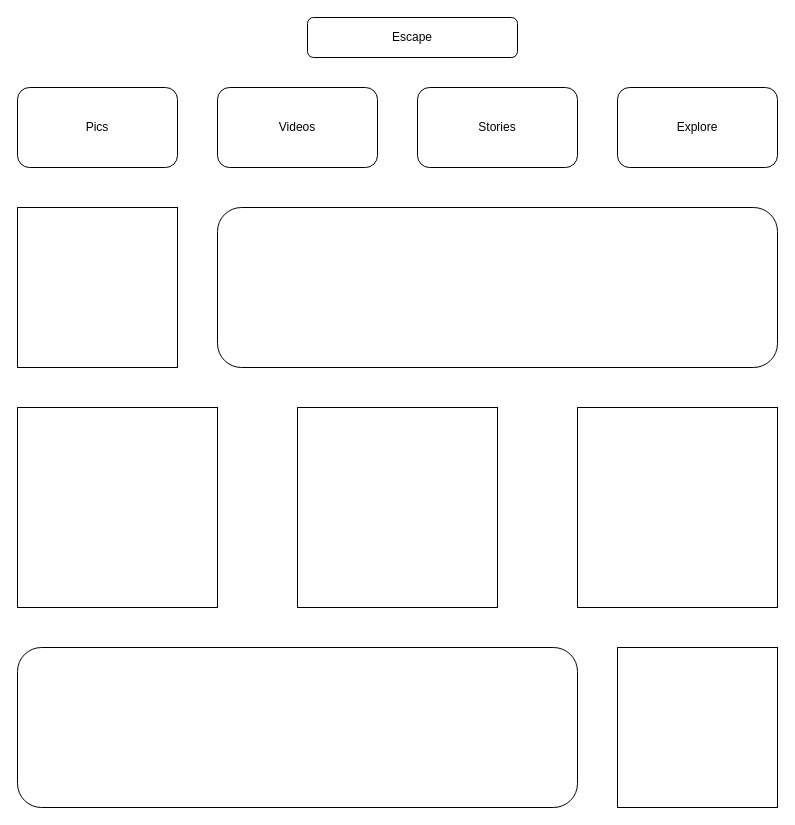
Before: page "Home Page" (1 of 3) of Escape.drawio in avinashbasutkar/test, a draw.io diagram. Source tidied: cells renumbered, new cells numbered last; positions are measured from the earlier drawing's top-left corner, leaving out a move shared by most shapes. Both pictures are drawn from the tidied source at 100%, with x=0, y=0 at pixel (17, 17).
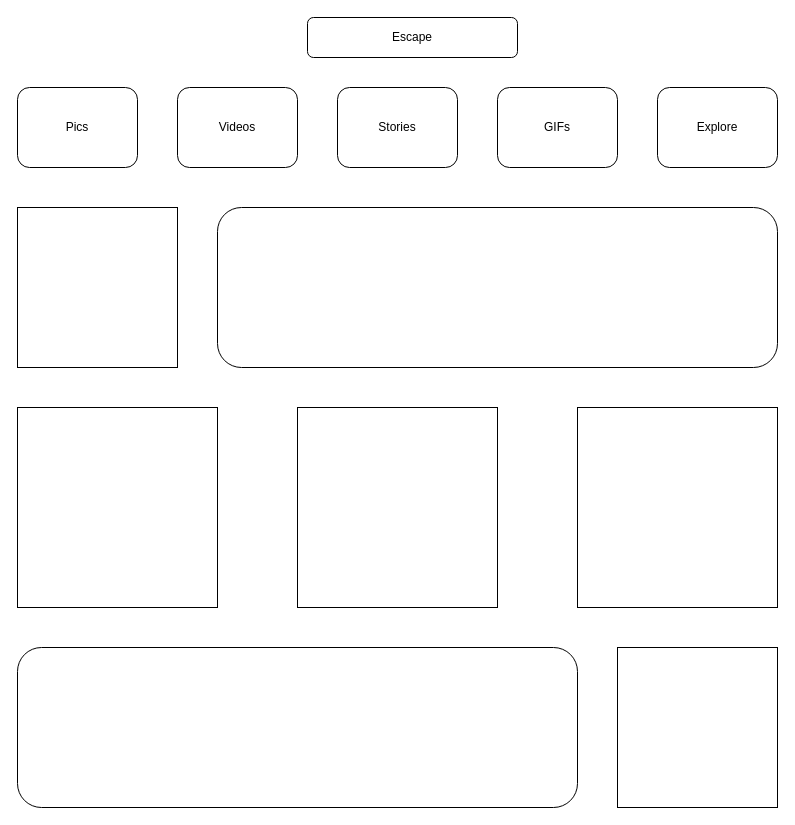
After the change.

The edit, as a diff of the source:
```diff
@@
     <mxCell id="4" style="rounded=1;whiteSpace=wrap;html=1;" parent="1" vertex="1">
-      <mxGeometry y="70" width="160" height="80" as="geometry" />
+      <mxGeometry y="70" width="120" height="80" as="geometry" />
     </mxCell>
     <mxCell id="5" style="rounded=1;whiteSpace=wrap;html=1;" parent="1" vertex="1">
-      <mxGeometry x="200" y="70" width="160" height="80" as="geometry" />
+      <mxGeometry x="160" y="70" width="120" height="80" as="geometry" />
     </mxCell>
-    <mxCell id="6" style="edgeStyle=orthogonalEdgeStyle;rounded=0;jettySize=auto;html=1;exitX=0.5;exitY=0;exitDx=0;exitDy=0;" parent="1" edge="1" source="8">
-      <mxGeometry relative="1" as="geometry">
-        <mxPoint x="480" y="70" as="targetPoint" />
-      </mxGeometry>
-    </mxCell>
-    <mxCell id="7" style="edgeStyle=orthogonalEdgeStyle;rounded=0;jettySize=auto;html=1;exitX=0.5;exitY=1;exitDx=0;exitDy=0;" parent="1" edge="1" source="8">
-      <mxGeometry relative="1" as="geometry">
-        <mxPoint x="480" y="150" as="targetPoint" />
-      </mxGeometry>
-    </mxCell>
     <mxCell id="8" style="rounded=1;whiteSpace=wrap;html=1;" parent="1" vertex="1">
-      <mxGeometry x="400" y="70" width="160" height="80" as="geometry" />
+      <mxGeometry x="320" y="70" width="120" height="80" as="geometry" />
     </mxCell>
     <mxCell id="9" value="Pics" style="text;html=1;strokeColor=none;fillColor=none;align=center;verticalAlign=middle;whiteSpace=wrap;rounded=0;" parent="1" vertex="1">
-      <mxGeometry x="60" y="100" width="40" height="20" as="geometry" />
+      <mxGeometry x="40" y="100" width="40" height="20" as="geometry" />
     </mxCell>
     <mxCell id="10" value="Videos" style="text;html=1;strokeColor=none;fillColor=none;align=center;verticalAlign=middle;whiteSpace=wrap;rounded=0;" parent="1" vertex="1">
-      <mxGeometry x="260" y="100" width="40" height="20" as="geometry" />
+      <mxGeometry x="200" y="100" width="40" height="20" as="geometry" />
     </mxCell>
     <mxCell id="11" value="Stories" style="text;html=1;strokeColor=none;fillColor=none;align=center;verticalAlign=middle;whiteSpace=wrap;rounded=0;" parent="1" vertex="1">
-      <mxGeometry x="460" y="100" width="40" height="20" as="geometry" />
+      <mxGeometry x="360" y="100" width="40" height="20" as="geometry" />
     </mxCell>
     <mxCell id="12" style="rounded=1;whiteSpace=wrap;html=1;" parent="1" vertex="1">
-      <mxGeometry x="600" y="70" width="160" height="80" as="geometry" />
+      <mxGeometry x="480" y="70" width="120" height="80" as="geometry" />
     </mxCell>
-    <mxCell id="13" value="Explore" style="text;html=1;strokeColor=none;fillColor=none;align=center;verticalAlign=middle;whiteSpace=wrap;rounded=0;" parent="1" vertex="1">
-      <mxGeometry x="660" y="100" width="40" height="20" as="geometry" />
-    </mxCell>
@@
+    <mxCell id="21" style="rounded=1;whiteSpace=wrap;html=1;" parent="1" vertex="1">
+      <mxGeometry x="640" y="70" width="120" height="80" as="geometry" />
+    </mxCell>
+    <mxCell id="13" value="Explore" style="text;html=1;strokeColor=none;fillColor=none;align=center;verticalAlign=middle;whiteSpace=wrap;rounded=0;" parent="1" vertex="1">
+      <mxGeometry x="680" y="100" width="40" height="20" as="geometry" />
+    </mxCell>
+    <mxCell id="22" value="GIFs" style="text;html=1;strokeColor=none;fillColor=none;align=center;verticalAlign=middle;whiteSpace=wrap;rounded=0;" parent="1" vertex="1">
+      <mxGeometry x="520" y="100" width="40" height="20" as="geometry" />
+    </mxCell>
```
